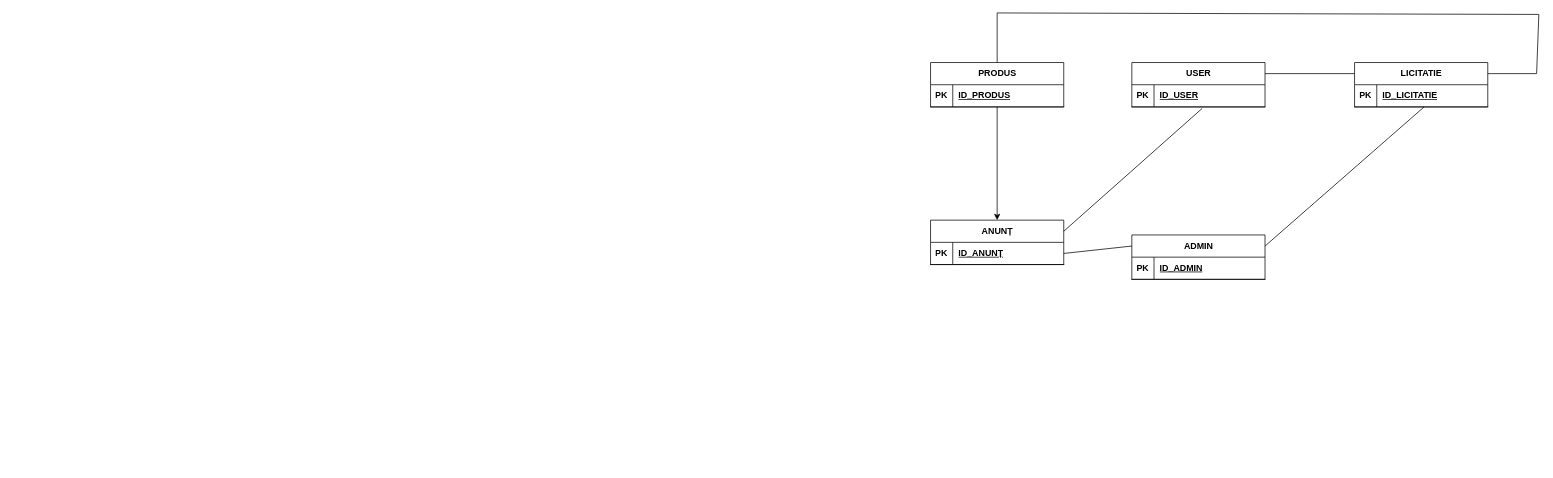
Earlier version of the draw.io diagram BAZA_DE_DATE.drawio (DumilexMan/Proiect-MDS). Source tidied: cells renumbered, new cells numbered last; positions are measured from the earlier drawing's top-left corner, leaving out a move shared by most shapes. Both pictures are drawn from the tidied source at 74%, with x=0, y=0 at pixel (930, 13).
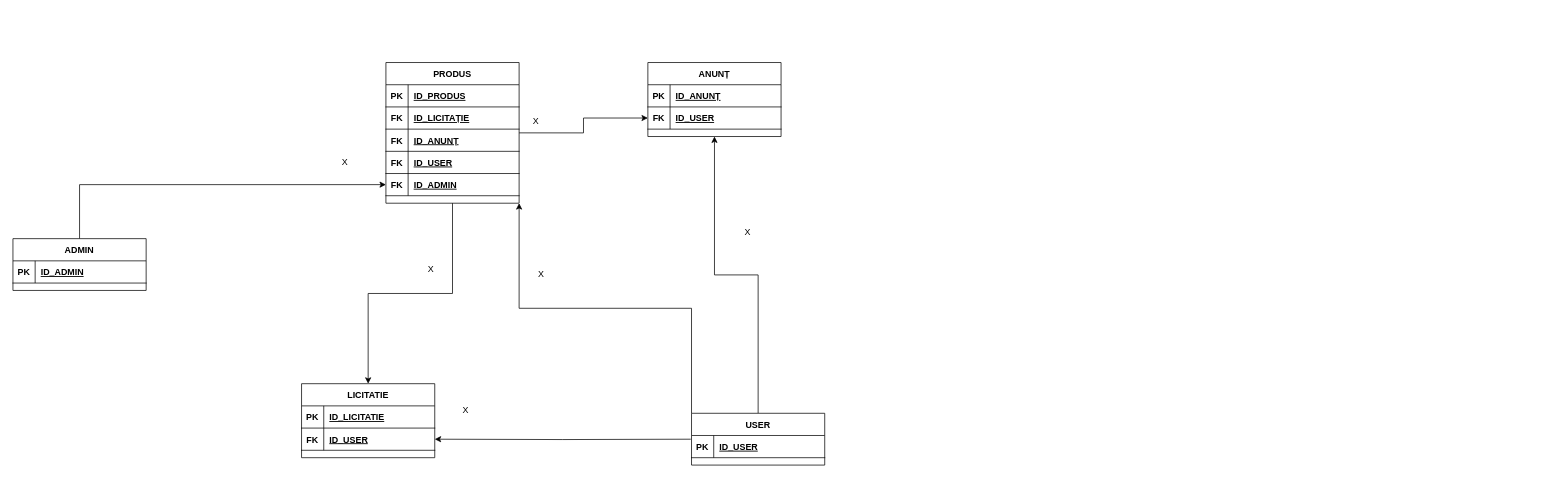
The same page after the edit.

Change to the diagram source:
```diff
@@
-    <mxCell id="2" style="edgeStyle=orthogonalEdgeStyle;rounded=0;jettySize=auto;html=1;entryX=0.5;entryY=0;entryDx=0;entryDy=0;" parent="1" edge="1" source="3" target="15">
-      <mxGeometry relative="1" as="geometry" />
-    </mxCell>
+    <mxCell id="25" style="edgeStyle=orthogonalEdgeStyle;rounded=0;jettySize=auto;html=1;exitX=0.5;exitY=1;exitDx=0;exitDy=0;entryX=0.5;entryY=0;entryDx=0;entryDy=0;" parent="1" edge="1" source="3" target="11">
+      <mxGeometry relative="1" as="geometry" />
+    </mxCell>
+    <mxCell id="28" style="edgeStyle=orthogonalEdgeStyle;rounded=0;jettySize=auto;html=1;exitX=1;exitY=0.5;exitDx=0;exitDy=0;entryX=0;entryY=0.5;entryDx=0;entryDy=0;" parent="1" edge="1" source="3" target="56">
+      <mxGeometry relative="1" as="geometry" />
+    </mxCell>
-    <mxCell id="3" value="PRODUS" style="shape=table;startSize=30;childLayout=tableLayout;rowLines=0;fontStyle=1;align=center;html=1;" parent="1" vertex="1">
-      <mxGeometry y="67" width="180" height="60" as="geometry" />
+    <mxCell id="3" value="PRODUS" style="shape=table;startSize=30;childLayout=tableLayout;rowLines=0;fontStyle=1;align=center;" parent="1" vertex="1">
+      <mxGeometry x="-736" y="67" width="180" height="190.1" as="geometry" />
     </mxCell>
-    <mxCell id="4" style="shape=tableRow;horizontal=0;startSize=0;swimlaneHead=0;swimlaneBody=0;fillColor=none;top=0;left=0;right=0;bottom=1;" parent="3" vertex="1">
-      <mxGeometry y="30" width="180" height="30" as="geometry" />
-    </mxCell>
-    <mxCell id="5" value="PK" style="shape=partialRectangle;fillColor=none;top=0;left=0;bottom=0;right=0;fontStyle=1;overflow=hidden;whiteSpace=wrap;html=1;" parent="4" vertex="1">
-      <mxGeometry width="30" height="30" as="geometry" />
-    </mxCell>
+    <mxCell id="29" style="shape=tableRow;horizontal=0;startSize=0;swimlaneHead=0;swimlaneBody=0;fillColor=none;top=0;left=0;right=0;bottom=1;" parent="3" vertex="1">
+      <mxGeometry y="30" width="180" height="30" as="geometry" />
+    </mxCell>
+    <mxCell id="30" value="PK" style="shape=partialRectangle;fillColor=none;top=0;left=0;bottom=0;right=0;fontStyle=1;overflow=hidden;" parent="29" vertex="1">
+      <mxGeometry width="30" height="30" as="geometry" />
+    </mxCell>
-    <mxCell id="6" value="ID_PRODUS" style="shape=partialRectangle;fillColor=none;top=0;left=0;bottom=0;right=0;align=left;spacingLeft=6;fontStyle=5;overflow=hidden;whiteSpace=wrap;html=1;" parent="4" vertex="1">
+    <mxCell id="6" value="ID_PRODUS" style="shape=partialRectangle;fillColor=none;top=0;left=0;bottom=0;right=0;align=left;spacingLeft=6;fontStyle=5;overflow=hidden;" parent="29" vertex="1">
       <mxGeometry x="30" width="150" height="30" as="geometry" />
     </mxCell>
+    <mxCell id="31" style="shape=tableRow;horizontal=0;startSize=0;swimlaneHead=0;swimlaneBody=0;fillColor=none;top=0;left=0;right=0;bottom=1;" parent="3" vertex="1">
+      <mxGeometry y="60" width="180" height="30" as="geometry" />
+    </mxCell>
+    <mxCell id="32" value="FK" style="shape=partialRectangle;fillColor=none;top=0;left=0;bottom=0;right=0;fontStyle=1;overflow=hidden;" parent="31" vertex="1">
+      <mxGeometry width="30" height="30" as="geometry" />
+    </mxCell>
+    <mxCell id="33" value="ID_LICITAȚIE" style="shape=partialRectangle;fillColor=none;top=0;left=0;bottom=0;right=0;align=left;spacingLeft=6;fontStyle=5;overflow=hidden;" parent="31" vertex="1">
+      <mxGeometry x="30" width="150" height="30" as="geometry" />
+    </mxCell>
+    <mxCell id="34" style="shape=tableRow;horizontal=0;startSize=0;swimlaneHead=0;swimlaneBody=0;fillColor=none;top=0;left=0;right=0;bottom=1;" parent="3" vertex="1">
+      <mxGeometry y="90" width="180" height="30" as="geometry" />
+    </mxCell>
+    <mxCell id="35" value="FK" style="shape=partialRectangle;fillColor=none;top=0;left=0;bottom=0;right=0;fontStyle=1;overflow=hidden;" parent="34" vertex="1">
+      <mxGeometry width="30" height="30" as="geometry" />
+    </mxCell>
+    <mxCell id="36" value="ID_ANUNȚ" style="shape=partialRectangle;fillColor=none;top=0;left=0;bottom=0;right=0;align=left;spacingLeft=6;fontStyle=5;overflow=hidden;" parent="34" vertex="1">
+      <mxGeometry x="30" width="150" height="30" as="geometry" />
+    </mxCell>
+    <mxCell id="37" style="shape=tableRow;horizontal=0;startSize=0;swimlaneHead=0;swimlaneBody=0;fillColor=none;top=0;left=0;right=0;bottom=1;" parent="3" vertex="1">
+      <mxGeometry y="120" width="180" height="30" as="geometry" />
+    </mxCell>
+    <mxCell id="38" value="FK" style="shape=partialRectangle;fillColor=none;top=0;left=0;bottom=0;right=0;fontStyle=1;overflow=hidden;" parent="37" vertex="1">
+      <mxGeometry width="30" height="30" as="geometry" />
+    </mxCell>
+    <mxCell id="39" value="ID_USER" style="shape=partialRectangle;fillColor=none;top=0;left=0;bottom=0;right=0;align=left;spacingLeft=6;fontStyle=5;overflow=hidden;" parent="37" vertex="1">
+      <mxGeometry x="30" width="150" height="30" as="geometry" />
+    </mxCell>
+    <mxCell id="40" style="shape=tableRow;horizontal=0;startSize=0;swimlaneHead=0;swimlaneBody=0;fillColor=none;points=[[0,0.5],[1,0.5]];portConstraint=eastwest;top=0;left=0;right=0;bottom=1;" parent="3" vertex="1">
+      <mxGeometry y="150" width="180" height="30" as="geometry" />
+    </mxCell>
+    <mxCell id="41" value="FK" style="shape=partialRectangle;fillColor=none;top=0;left=0;bottom=0;right=0;fontStyle=1;overflow=hidden;" parent="40" vertex="1">
+      <mxGeometry width="30" height="30" as="geometry" />
+    </mxCell>
+    <mxCell id="42" value="ID_ADMIN" style="shape=partialRectangle;fillColor=none;top=0;left=0;bottom=0;right=0;align=left;spacingLeft=6;fontStyle=5;overflow=hidden;" parent="40" vertex="1">
+      <mxGeometry x="30" width="150" height="30" as="geometry" />
+    </mxCell>
+    <mxCell id="43" style="edgeStyle=orthogonalEdgeStyle;rounded=0;jettySize=auto;html=1;exitX=0.5;exitY=0;exitDx=0;exitDy=0;entryX=0.5;entryY=1;entryDx=0;entryDy=0;" parent="1" edge="1" source="7" target="15">
+      <mxGeometry relative="1" as="geometry" />
+    </mxCell>
+    <mxCell id="44" style="edgeStyle=orthogonalEdgeStyle;rounded=0;jettySize=auto;html=1;exitX=0;exitY=0;exitDx=0;exitDy=0;entryX=1;entryY=1;entryDx=0;entryDy=0;" parent="1" edge="1" source="7" target="3">
+      <mxGeometry relative="1" as="geometry" />
+    </mxCell>
-    <mxCell id="7" value="USER" style="shape=table;startSize=30;childLayout=tableLayout;rowLines=0;fontStyle=1;align=center;html=1;" parent="1" vertex="1">
-      <mxGeometry x="272" y="67" width="180" height="60" as="geometry" />
+    <mxCell id="7" value="USER" style="shape=table;startSize=30;childLayout=tableLayout;rowLines=0;fontStyle=1;align=center;" parent="1" vertex="1">
+      <mxGeometry x="-323" y="541" width="180" height="70" as="geometry" />
     </mxCell>
-    <mxCell id="8" style="shape=tableRow;horizontal=0;startSize=0;swimlaneHead=0;swimlaneBody=0;fillColor=none;points=[[0,0.5],[1,0.5]];portConstraint=eastwest;top=0;left=0;right=0;bottom=1;" parent="7" vertex="1">
-      <mxGeometry y="30" width="180" height="30" as="geometry" />
-    </mxCell>
-    <mxCell id="9" value="PK" style="shape=partialRectangle;fillColor=none;top=0;left=0;bottom=0;right=0;fontStyle=1;overflow=hidden;whiteSpace=wrap;html=1;" parent="8" vertex="1">
-      <mxGeometry width="30" height="30" as="geometry" />
-    </mxCell>
-    <mxCell id="10" value="ID_USER" style="shape=partialRectangle;fillColor=none;top=0;left=0;bottom=0;right=0;align=left;spacingLeft=6;fontStyle=5;overflow=hidden;whiteSpace=wrap;html=1;" parent="8" vertex="1">
-      <mxGeometry x="30" width="150" height="30" as="geometry" />
-    </mxCell>
+    <mxCell id="45" style="shape=tableRow;horizontal=0;startSize=0;swimlaneHead=0;swimlaneBody=0;fillColor=none;top=0;left=0;right=0;bottom=1;" parent="7" vertex="1">
+      <mxGeometry y="30" width="180" height="30" as="geometry" />
+    </mxCell>
+    <mxCell id="46" value="PK" style="shape=partialRectangle;fillColor=none;top=0;left=0;bottom=0;right=0;fontStyle=1;overflow=hidden;" parent="45" vertex="1">
+      <mxGeometry width="30" height="30" as="geometry" />
+    </mxCell>
+    <mxCell id="47" value="ID_USER" style="shape=partialRectangle;fillColor=none;top=0;left=0;bottom=0;right=0;align=left;spacingLeft=6;fontStyle=5;overflow=hidden;" parent="45" vertex="1">
+      <mxGeometry x="30" width="150" height="30" as="geometry" />
+    </mxCell>
-    <mxCell id="11" value="LICITATIE" style="shape=table;startSize=30;childLayout=tableLayout;rowLines=0;fontStyle=1;align=center;html=1;" parent="1" vertex="1">
-      <mxGeometry x="573" y="67" width="180" height="60" as="geometry" />
+    <mxCell id="11" value="LICITATIE" style="shape=table;startSize=30;childLayout=tableLayout;rowLines=0;fontStyle=1;align=center;" parent="1" vertex="1">
+      <mxGeometry x="-850" y="501" width="180" height="100" as="geometry" />
     </mxCell>
-    <mxCell id="12" style="shape=tableRow;horizontal=0;startSize=0;swimlaneHead=0;swimlaneBody=0;fillColor=none;points=[[0,0.5],[1,0.5]];portConstraint=eastwest;top=0;left=0;right=0;bottom=1;" parent="11" vertex="1">
-      <mxGeometry y="30" width="180" height="30" as="geometry" />
-    </mxCell>
-    <mxCell id="13" value="PK" style="shape=partialRectangle;fillColor=none;top=0;left=0;bottom=0;right=0;fontStyle=1;overflow=hidden;whiteSpace=wrap;html=1;" parent="12" vertex="1">
-      <mxGeometry width="30" height="30" as="geometry" />
-    </mxCell>
+    <mxCell id="48" style="shape=tableRow;horizontal=0;startSize=0;swimlaneHead=0;swimlaneBody=0;fillColor=none;top=0;left=0;right=0;bottom=1;" parent="11" vertex="1">
+      <mxGeometry y="30" width="180" height="30" as="geometry" />
+    </mxCell>
+    <mxCell id="49" value="PK" style="shape=partialRectangle;fillColor=none;top=0;left=0;bottom=0;right=0;fontStyle=1;overflow=hidden;" parent="48" vertex="1">
+      <mxGeometry width="30" height="30" as="geometry" />
+    </mxCell>
-    <mxCell id="14" value="ID_LICITATIE" style="shape=partialRectangle;fillColor=none;top=0;left=0;bottom=0;right=0;align=left;spacingLeft=6;fontStyle=5;overflow=hidden;whiteSpace=wrap;html=1;" parent="12" vertex="1">
+    <mxCell id="14" value="ID_LICITATIE" style="shape=partialRectangle;fillColor=none;top=0;left=0;bottom=0;right=0;align=left;spacingLeft=6;fontStyle=5;overflow=hidden;" parent="48" vertex="1">
       <mxGeometry x="30" width="150" height="30" as="geometry" />
     </mxCell>
+    <mxCell id="50" style="shape=tableRow;horizontal=0;startSize=0;swimlaneHead=0;swimlaneBody=0;fillColor=none;points=[[0,0.5],[1,0.5]];portConstraint=eastwest;top=0;left=0;right=0;bottom=1;" parent="11" vertex="1">
+      <mxGeometry y="60" width="180" height="30" as="geometry" />
+    </mxCell>
+    <mxCell id="51" value="FK" style="shape=partialRectangle;fillColor=none;top=0;left=0;bottom=0;right=0;fontStyle=1;overflow=hidden;" parent="50" vertex="1">
+      <mxGeometry width="30" height="30" as="geometry" />
+    </mxCell>
+    <mxCell id="52" value="ID_USER" style="shape=partialRectangle;fillColor=none;top=0;left=0;bottom=0;right=0;align=left;spacingLeft=6;fontStyle=5;overflow=hidden;" parent="50" vertex="1">
+      <mxGeometry x="30" width="150" height="30" as="geometry" />
+    </mxCell>
-    <mxCell id="15" value="ANUNȚ" style="shape=table;startSize=30;childLayout=tableLayout;rowLines=0;fontStyle=1;align=center;html=1;" parent="1" vertex="1">
-      <mxGeometry y="280" width="180" height="60" as="geometry" />
+    <mxCell id="15" value="ANUNȚ" style="shape=table;startSize=30;childLayout=tableLayout;rowLines=0;fontStyle=1;align=center;" parent="1" vertex="1">
+      <mxGeometry x="-382" y="67" width="180" height="100" as="geometry" />
     </mxCell>
-    <mxCell id="16" style="shape=tableRow;horizontal=0;startSize=0;swimlaneHead=0;swimlaneBody=0;fillColor=none;points=[[0,0.5],[1,0.5]];portConstraint=eastwest;top=0;left=0;right=0;bottom=1;" parent="15" vertex="1">
-      <mxGeometry y="30" width="180" height="30" as="geometry" />
-    </mxCell>
-    <mxCell id="17" value="PK" style="shape=partialRectangle;fillColor=none;top=0;left=0;bottom=0;right=0;fontStyle=1;overflow=hidden;whiteSpace=wrap;html=1;" parent="16" vertex="1">
-      <mxGeometry width="30" height="30" as="geometry" />
-    </mxCell>
-    <mxCell id="18" value="ID_ANUNȚ" style="shape=partialRectangle;fillColor=none;top=0;left=0;bottom=0;right=0;align=left;spacingLeft=6;fontStyle=5;overflow=hidden;whiteSpace=wrap;html=1;" parent="16" vertex="1">
-      <mxGeometry x="30" width="150" height="30" as="geometry" />
-    </mxCell>
+    <mxCell id="53" style="shape=tableRow;horizontal=0;startSize=0;swimlaneHead=0;swimlaneBody=0;fillColor=none;top=0;left=0;right=0;bottom=1;" parent="15" vertex="1">
+      <mxGeometry y="30" width="180" height="30" as="geometry" />
+    </mxCell>
+    <mxCell id="54" value="PK" style="shape=partialRectangle;fillColor=none;top=0;left=0;bottom=0;right=0;fontStyle=1;overflow=hidden;" parent="53" vertex="1">
+      <mxGeometry width="30" height="30" as="geometry" />
+    </mxCell>
+    <mxCell id="55" value="ID_ANUNȚ" style="shape=partialRectangle;fillColor=none;top=0;left=0;bottom=0;right=0;align=left;spacingLeft=6;fontStyle=5;overflow=hidden;" parent="53" vertex="1">
+      <mxGeometry x="30" width="150" height="30" as="geometry" />
+    </mxCell>
+    <mxCell id="56" style="shape=tableRow;horizontal=0;startSize=0;swimlaneHead=0;swimlaneBody=0;fillColor=none;points=[[0,0.5],[1,0.5]];portConstraint=eastwest;top=0;left=0;right=0;bottom=1;" parent="15" vertex="1">
+      <mxGeometry y="60" width="180" height="30" as="geometry" />
+    </mxCell>
+    <mxCell id="57" value="FK" style="shape=partialRectangle;fillColor=none;top=0;left=0;bottom=0;right=0;fontStyle=1;overflow=hidden;" parent="56" vertex="1">
+      <mxGeometry width="30" height="30" as="geometry" />
+    </mxCell>
+    <mxCell id="58" value="ID_USER" style="shape=partialRectangle;fillColor=none;top=0;left=0;bottom=0;right=0;align=left;spacingLeft=6;fontStyle=5;overflow=hidden;" parent="56" vertex="1">
+      <mxGeometry x="30" width="150" height="30" as="geometry" />
+    </mxCell>
+    <mxCell id="59" style="edgeStyle=orthogonalEdgeStyle;rounded=0;jettySize=auto;html=1;entryX=0;entryY=0.5;entryDx=0;entryDy=0;" parent="1" edge="1" source="19" target="40">
+      <mxGeometry relative="1" as="geometry" />
+    </mxCell>
-    <mxCell id="19" value="ADMIN" style="shape=table;startSize=30;childLayout=tableLayout;rowLines=0;fontStyle=1;align=center;html=1;" parent="1" vertex="1">
-      <mxGeometry x="272" y="300" width="180" height="60" as="geometry" />
+    <mxCell id="19" value="ADMIN" style="shape=table;startSize=30;childLayout=tableLayout;rowLines=0;fontStyle=1;align=center;" parent="1" vertex="1">
+      <mxGeometry x="-1240" y="305" width="180" height="70" as="geometry" />
     </mxCell>
-    <mxCell id="20" style="shape=tableRow;horizontal=0;startSize=0;swimlaneHead=0;swimlaneBody=0;fillColor=none;top=0;left=0;right=0;bottom=1;" parent="19" vertex="1">
-      <mxGeometry y="30" width="180" height="30" as="geometry" />
-    </mxCell>
-    <mxCell id="21" value="PK" style="shape=partialRectangle;fillColor=none;top=0;left=0;bottom=0;right=0;fontStyle=1;overflow=hidden;whiteSpace=wrap;html=1;" parent="20" vertex="1">
-      <mxGeometry width="30" height="30" as="geometry" />
-    </mxCell>
-    <mxCell id="22" value="ID_ADMIN" style="shape=partialRectangle;fillColor=none;top=0;left=0;bottom=0;right=0;align=left;spacingLeft=6;fontStyle=5;overflow=hidden;whiteSpace=wrap;html=1;" parent="20" vertex="1">
-      <mxGeometry x="30" width="150" height="30" as="geometry" />
-    </mxCell>
-    <mxCell id="23" style="endArrow=none;html=1;rounded=0;entryX=0.528;entryY=1.067;entryDx=0;entryDy=0;entryPerimeter=0;exitX=1;exitY=0.25;exitDx=0;exitDy=0;" parent="1" edge="1" source="15" target="8">
-      <mxGeometry relative="1" as="geometry" />
-    </mxCell>
-    <mxCell id="24" style="endArrow=none;html=1;rounded=0;entryX=1;entryY=0.25;entryDx=0;entryDy=0;exitX=0;exitY=0.25;exitDx=0;exitDy=0;" parent="1" edge="1" source="11" target="7">
-      <mxGeometry relative="1" as="geometry" />
-    </mxCell>
-    <mxCell id="25" style="endArrow=none;html=1;rounded=0;entryX=1;entryY=0.25;entryDx=0;entryDy=0;exitX=0.5;exitY=0;exitDx=0;exitDy=0;" parent="1" edge="1" source="3" target="11">
-      <mxGeometry relative="1" as="geometry">
-        <Array as="points">
-          <mxPoint x="90" />
-          <mxPoint x="822" y="2" />
-          <mxPoint x="819" y="82" />
-        </Array>
-      </mxGeometry>
-    </mxCell>
-    <mxCell id="26" style="endArrow=none;html=1;rounded=0;exitX=1;exitY=0.5;exitDx=0;exitDy=0;entryX=0;entryY=0.25;entryDx=0;entryDy=0;" parent="1" edge="1" source="16" target="19">
-      <mxGeometry relative="1" as="geometry" />
-    </mxCell>
-    <mxCell id="27" style="endArrow=none;html=1;rounded=0;exitX=1;exitY=0.25;exitDx=0;exitDy=0;entryX=0.522;entryY=1;entryDx=0;entryDy=0;entryPerimeter=0;" parent="1" edge="1" source="19" target="12">
-      <mxGeometry relative="1" as="geometry" />
-    </mxCell>
+    <mxCell id="60" style="shape=tableRow;horizontal=0;startSize=0;swimlaneHead=0;swimlaneBody=0;fillColor=none;top=0;left=0;right=0;bottom=1;" parent="19" vertex="1">
+      <mxGeometry y="30" width="180" height="30" as="geometry" />
+    </mxCell>
+    <mxCell id="61" value="PK" style="shape=partialRectangle;fillColor=none;top=0;left=0;bottom=0;right=0;fontStyle=1;overflow=hidden;" parent="60" vertex="1">
+      <mxGeometry width="30" height="30" as="geometry" />
+    </mxCell>
+    <mxCell id="62" value="ID_ADMIN" style="shape=partialRectangle;fillColor=none;top=0;left=0;bottom=0;right=0;align=left;spacingLeft=6;fontStyle=5;overflow=hidden;" parent="60" vertex="1">
+      <mxGeometry x="30" width="150" height="30" as="geometry" />
+    </mxCell>
+    <mxCell id="63" value="X" style="text;html=1;strokeColor=none;fillColor=none;align=center;verticalAlign=middle;whiteSpace=wrap;rounded=0;" parent="1" vertex="1">
+      <mxGeometry x="-705" y="331" width="60" height="30" as="geometry" />
+    </mxCell>
+    <mxCell id="64" value="X" style="text;html=1;strokeColor=none;fillColor=none;align=center;verticalAlign=middle;whiteSpace=wrap;rounded=0;" parent="1" vertex="1">
+      <mxGeometry x="-563" y="132" width="60" height="30" as="geometry" />
+    </mxCell>
+    <mxCell id="65" style="edgeStyle=orthogonalEdgeStyle;rounded=0;jettySize=auto;html=1;entryX=1;entryY=0.5;entryDx=0;entryDy=0;" parent="1" edge="1" target="50">
+      <mxGeometry relative="1" as="geometry">
+        <mxPoint x="-324" y="576" as="sourcePoint" />
+      </mxGeometry>
+    </mxCell>
+    <mxCell id="66" value="X" style="text;html=1;strokeColor=none;fillColor=none;align=center;verticalAlign=middle;whiteSpace=wrap;rounded=0;" parent="1" vertex="1">
+      <mxGeometry x="-821" y="187" width="60" height="30" as="geometry" />
+    </mxCell>
+    <mxCell id="67" value="X" style="text;html=1;strokeColor=none;fillColor=none;align=center;verticalAlign=middle;whiteSpace=wrap;rounded=0;" parent="1" vertex="1">
+      <mxGeometry x="-556" y="338" width="60" height="30" as="geometry" />
+    </mxCell>
+    <mxCell id="68" value="X" style="text;html=1;strokeColor=none;fillColor=none;align=center;verticalAlign=middle;whiteSpace=wrap;rounded=0;" parent="1" vertex="1">
+      <mxGeometry x="-277" y="281" width="60" height="30" as="geometry" />
+    </mxCell>
+    <mxCell id="69" value="X" style="text;html=1;strokeColor=none;fillColor=none;align=center;verticalAlign=middle;whiteSpace=wrap;rounded=0;" parent="1" vertex="1">
+      <mxGeometry x="-658" y="522" width="60" height="30" as="geometry" />
+    </mxCell>
```
